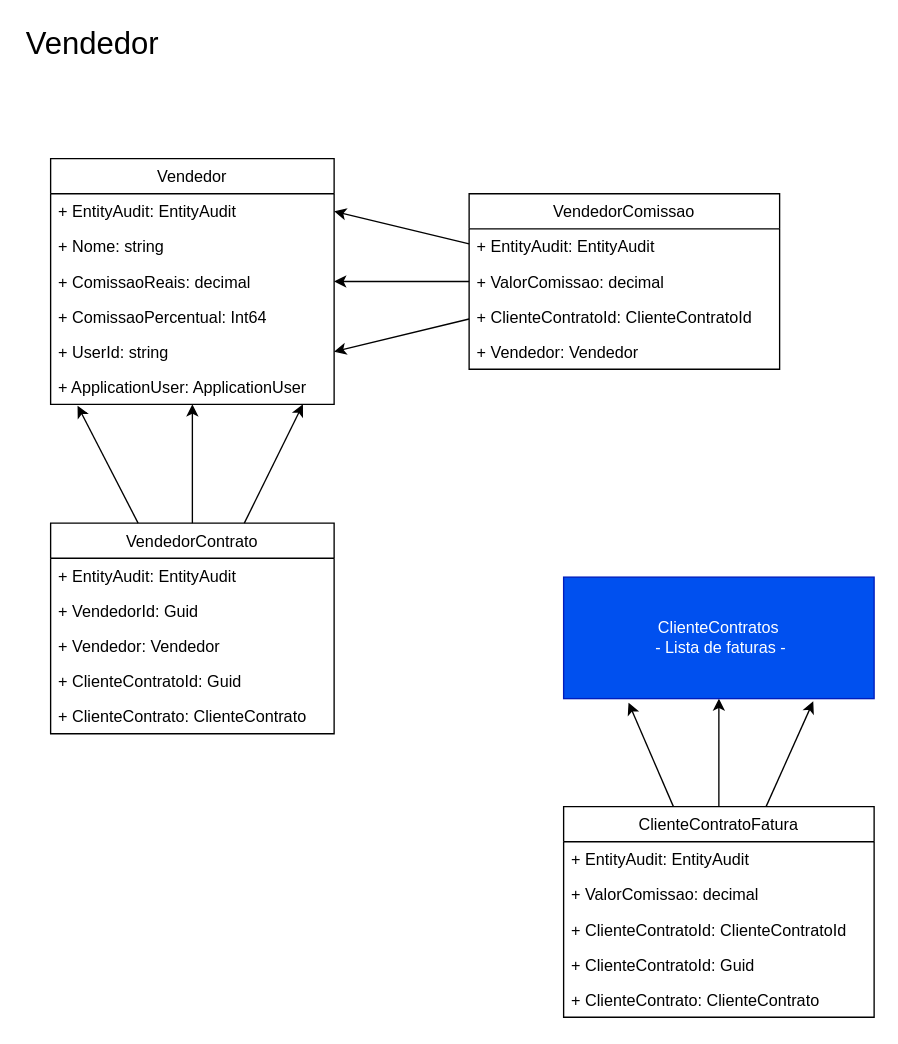
The draw.io diagram docs/draws/BoxApp - Entidades.drawio in sigespweb22/boxapp-api, before the edit. Source tidied: cells renumbered, new cells numbered last; positions are measured from the earlier drawing's top-left corner, leaving out a move shared by most shapes. Both pictures are drawn from the tidied source at 135%, with x=0, y=0 at pixel (23, 23).
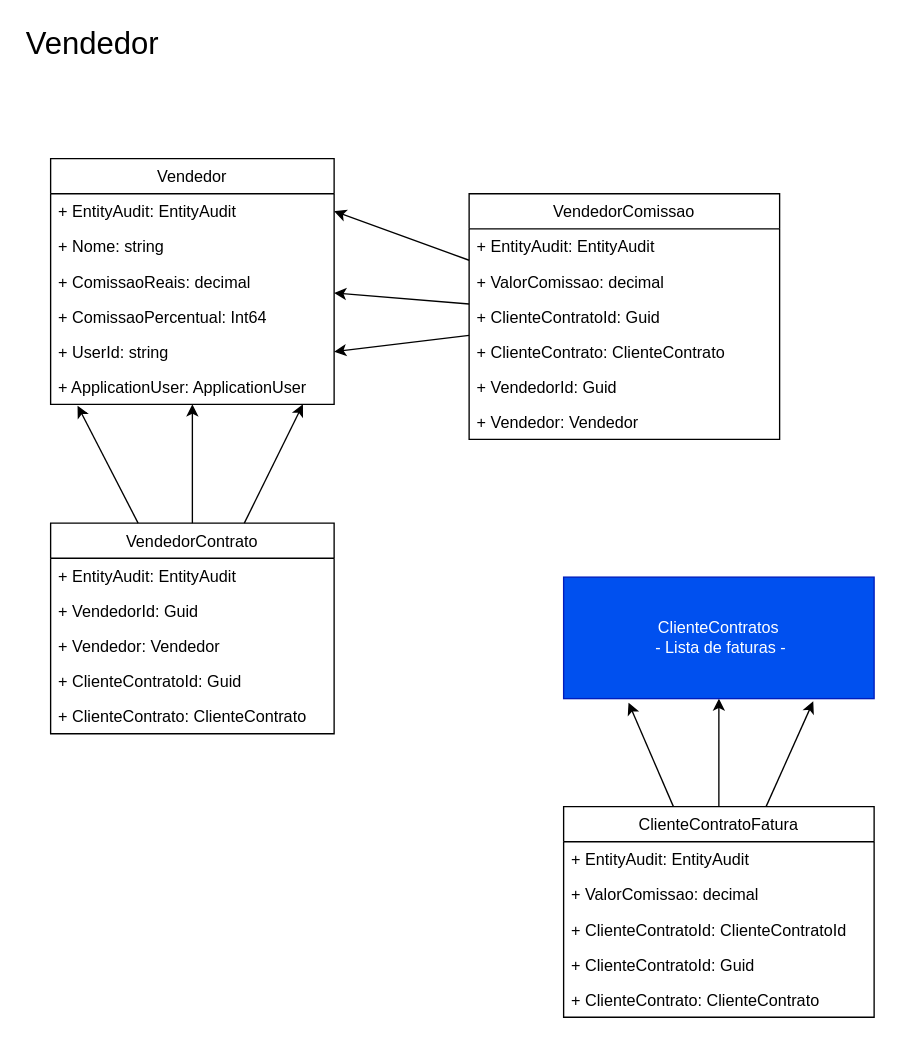
The same page after the edit.

Commit message (it also covers changes not shown here):
implementado entidades on issue #58

The edit, as a diff of the source:
```diff
@@
     <mxCell id="13" value="VendedorComissao" style="swimlane;fontStyle=0;horizontal=1;startSize=26;fillColor=none;fontSize=12;" parent="1" vertex="1">
-      <mxGeometry x="330" y="126" width="230" height="130" as="geometry" />
+      <mxGeometry x="330" y="126" width="230" height="182" as="geometry" />
     </mxCell>
@@
-    <mxCell id="16" value="+ ClienteContratoId: ClienteContratoId" style="text;strokeColor=none;fillColor=none;align=left;verticalAlign=top;spacingLeft=4;spacingRight=4;overflow=hidden;fontSize=12;" parent="13" vertex="1">
+    <mxCell id="16" value="+ ClienteContratoId: Guid" style="text;strokeColor=none;fillColor=none;align=left;verticalAlign=top;spacingLeft=4;spacingRight=4;overflow=hidden;fontSize=12;" parent="13" vertex="1">
       <mxGeometry y="78" width="230" height="26" as="geometry" />
     </mxCell>
+    <mxCell id="37" value="+ ClienteContrato: ClienteContrato" style="text;strokeColor=none;fillColor=none;align=left;verticalAlign=top;spacingLeft=4;spacingRight=4;overflow=hidden;fontSize=12;" parent="13" vertex="1">
+      <mxGeometry y="104" width="230" height="26" as="geometry" />
+    </mxCell>
+    <mxCell id="38" value="+ VendedorId: Guid" style="text;strokeColor=none;fillColor=none;align=left;verticalAlign=top;spacingLeft=4;spacingRight=4;overflow=hidden;fontSize=12;" parent="13" vertex="1">
+      <mxGeometry y="130" width="230" height="26" as="geometry" />
+    </mxCell>
     <mxCell id="17" value="+ Vendedor: Vendedor" style="text;strokeColor=none;fillColor=none;align=left;verticalAlign=top;spacingLeft=4;spacingRight=4;overflow=hidden;fontSize=12;" parent="13" vertex="1">
-      <mxGeometry y="104" width="230" height="26" as="geometry" />
+      <mxGeometry y="156" width="230" height="26" as="geometry" />
     </mxCell>
```
